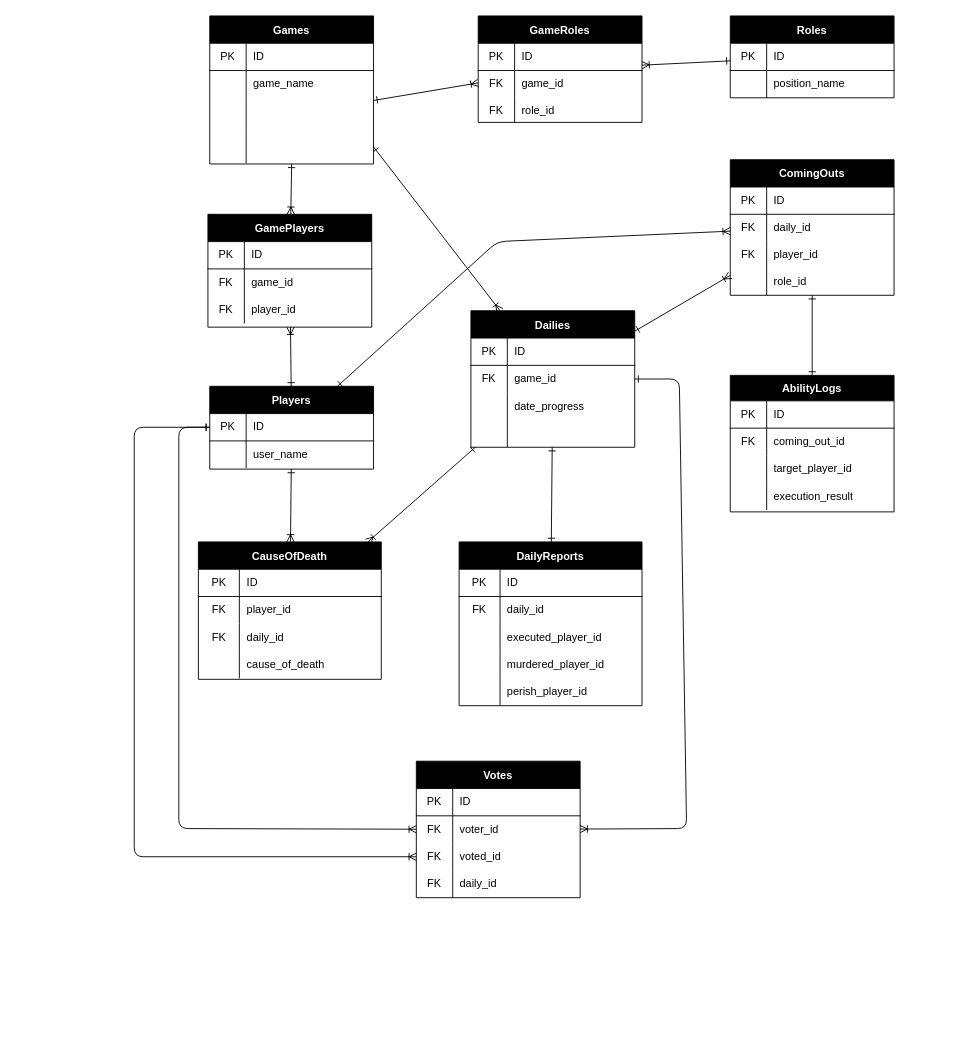
Before: werewolf_analysis.dio in Kamegrueon/backend, a draw.io diagram. Source tidied: cells renumbered, new cells numbered last; positions are measured from the earlier drawing's top-left corner, leaving out a move shared by most shapes. Both pictures are drawn from the tidied source at 91%, with x=0, y=0 at pixel (134, 15).
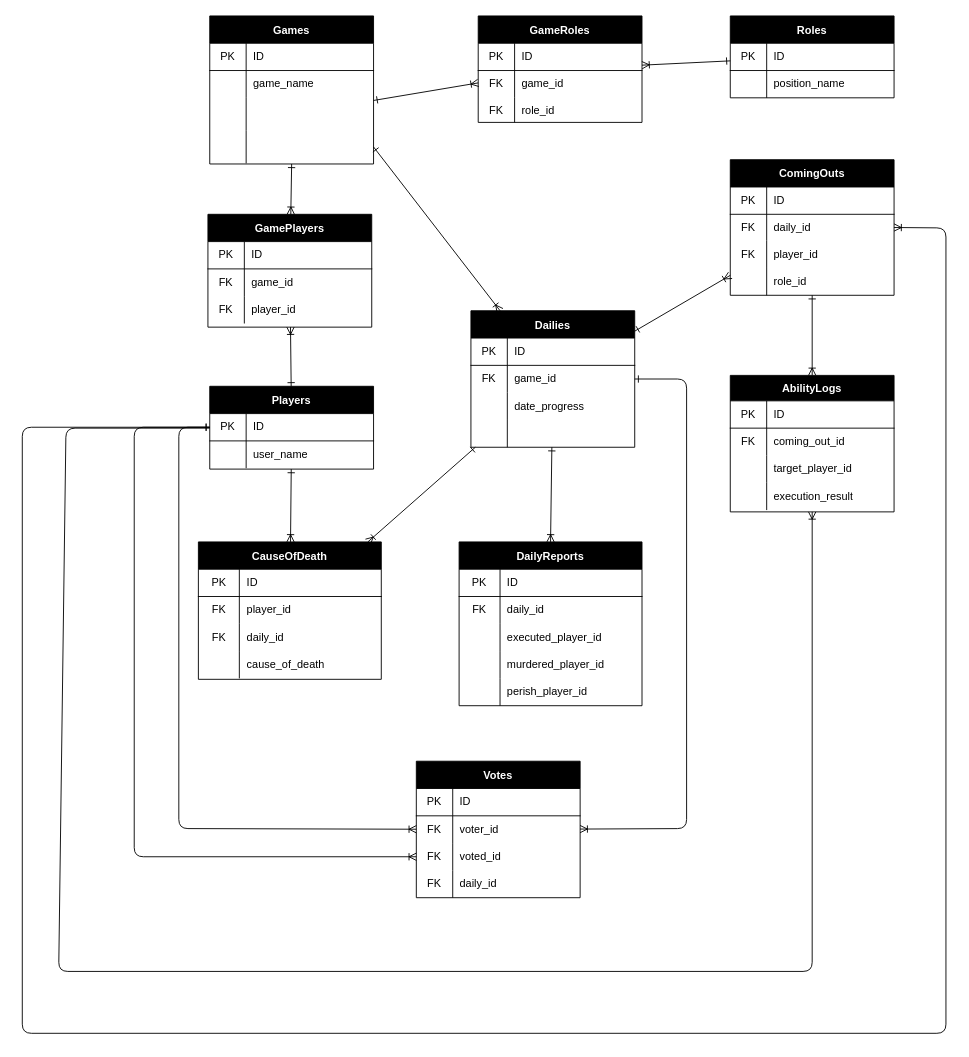
After the change.

The change refers to these unchanged cells:
```xml
<mxCell id="17" value="ComingOuts" style="shape=table;startSize=30;childLayout=tableLayout;rowLines=0;fontStyle=1;align=center;fontColor=#FFFFFF;labelBorderColor=none;strokeColor=#000000;labelBackgroundColor=#000000;fillColor=#000000;" parent="1" vertex="1">
  <mxGeometry x="655" y="158" width="180" height="149" as="geometry" />
</mxCell>
<mxCell id="21" style="shape=partialRectangle;html=1;whiteSpace=wrap;fillColor=none;top=0;left=0;bottom=0;right=0;points=[[0,0.5],[1,0.5]];portConstraint=eastwest;fontColor=#000000;labelBorderColor=default;strokeColor=#000000;" parent="17" vertex="1">
  <mxGeometry y="60" width="180" height="29" as="geometry" />
</mxCell>
<mxCell id="33" value="Players" style="shape=table;startSize=30;childLayout=tableLayout;rowLines=0;fontStyle=1;align=center;strokeColor=#000000;fontColor=#FFFFFF;labelBorderColor=none;columnLines=1;labelBackgroundColor=#000000;fillColor=#000000;" parent="1" vertex="1">
  <mxGeometry x="83" y="407" width="180" height="91" as="geometry" />
</mxCell>
<mxCell id="34" style="shape=partialRectangle;html=1;whiteSpace=wrap;fillColor=none;top=0;left=0;bottom=1;right=0;points=[[0,0.5],[1,0.5]];portConstraint=eastwest;fontColor=#000000;labelBorderColor=default;strokeColor=#000000;" parent="33" vertex="1">
  <mxGeometry y="30" width="180" height="30" as="geometry" />
</mxCell>
<mxCell id="40" value="DailyReports" style="shape=table;startSize=30;childLayout=tableLayout;rowLines=0;fontStyle=1;align=center;fontColor=#FFFFFF;labelBorderColor=none;strokeColor=#000000;labelBackgroundColor=#000000;fillColor=#000000;" parent="1" vertex="1">
  <mxGeometry x="357" y="578" width="201" height="180" as="geometry" />
</mxCell>
<mxCell id="77" value="Dailies" style="shape=table;startSize=30;childLayout=tableLayout;rowLines=0;fontStyle=1;align=center;fontColor=#FFFFFF;labelBorderColor=none;strokeColor=#000000;labelBackgroundColor=#000000;fillColor=#000000;" parent="1" vertex="1">
  <mxGeometry x="370" y="324" width="180" height="150" as="geometry" />
</mxCell>
<mxCell id="103" value="AbilityLogs" style="shape=table;startSize=28;childLayout=tableLayout;rowLines=0;fontStyle=1;align=center;fontColor=#FFFFFF;labelBorderColor=none;strokeColor=#000000;labelBackgroundColor=#000000;fillColor=#000000;" parent="1" vertex="1">
  <mxGeometry x="655" y="395" width="180" height="150" as="geometry" />
</mxCell>
<mxCell id="116" value="Votes" style="shape=table;startSize=30;childLayout=tableLayout;rowLines=0;fontStyle=1;align=center;fontColor=#FFFFFF;labelBorderColor=none;strokeColor=#000000;labelBackgroundColor=#000000;fillColor=#000000;" parent="1" vertex="1">
  <mxGeometry x="310" y="819" width="180" height="150" as="geometry" />
</mxCell>
```

Diff of the diagram source:
```diff
@@
-    <mxCell id="16" style="edgeStyle=none;html=1;startArrow=ERone;startFill=0;endArrow=ERone;endFill=0;strokeColor=#000000;" parent="1" edge="1" source="17" target="103">
+    <mxCell id="16" style="edgeStyle=none;html=1;startArrow=ERone;startFill=0;endArrow=ERoneToMany;endFill=0;strokeColor=#000000;" parent="1" edge="1" source="17" target="103">
       <mxGeometry relative="1" as="geometry" />
     </mxCell>
@@
-    <mxCell id="32" style="edgeStyle=none;html=1;strokeColor=#000000;endArrow=ERoneToMany;endFill=0;startArrow=ERone;startFill=0;" parent="1" edge="1" source="33" target="17">
-      <mxGeometry relative="1" as="geometry">
-        <Array as="points">
-          <mxPoint x="399" y="248" />
-        </Array>
-      </mxGeometry>
-    </mxCell>
+    <mxCell id="145" style="edgeStyle=none;html=1;endArrow=ERoneToMany;endFill=0;strokeColor=#000000;" parent="1" edge="1" target="103">
+      <mxGeometry relative="1" as="geometry">
+        <mxPoint x="83" y="453" as="sourcePoint" />
+        <Array as="points">
+          <mxPoint x="-75" y="453" />
+          <mxPoint x="-83" y="1050" />
+          <mxPoint x="745" y="1050" />
+        </Array>
+      </mxGeometry>
+    </mxCell>
@@
-    <mxCell id="75" style="edgeStyle=none;html=1;endArrow=ERone;endFill=0;strokeColor=#000000;startArrow=ERone;startFill=0;" parent="1" edge="1" source="77" target="40">
+    <mxCell id="75" style="edgeStyle=none;html=1;endArrow=ERoneToMany;endFill=0;strokeColor=#000000;startArrow=ERone;startFill=0;entryX=0.5;entryY=0;entryDx=0;entryDy=0;" parent="1" edge="1" source="77" target="40">
       <mxGeometry relative="1" as="geometry" />
     </mxCell>
     <mxCell id="76" style="edgeStyle=none;html=1;startArrow=ERone;startFill=0;endArrow=ERoneToMany;endFill=0;strokeColor=#000000;" parent="1" edge="1" source="77" target="116">
       <mxGeometry relative="1" as="geometry">
         <Array as="points">
-          <mxPoint x="599" y="399" />
+          <mxPoint x="607" y="399" />
           <mxPoint x="607" y="893" />
         </Array>
       </mxGeometry>
     </mxCell>
@@
+    <mxCell id="146" style="edgeStyle=none;html=1;endArrow=ERoneToMany;endFill=0;strokeColor=#000000;exitX=0;exitY=0.5;exitDx=0;exitDy=0;entryX=1;entryY=0.5;entryDx=0;entryDy=0;" parent="1" edge="1" source="34" target="21">
+      <mxGeometry relative="1" as="geometry">
+        <Array as="points">
+          <mxPoint x="-123" y="452" />
+          <mxPoint x="-123" y="1118" />
+          <mxPoint x="892" y="1118" />
+          <mxPoint x="892" y="233" />
+        </Array>
+      </mxGeometry>
+    </mxCell>
```
